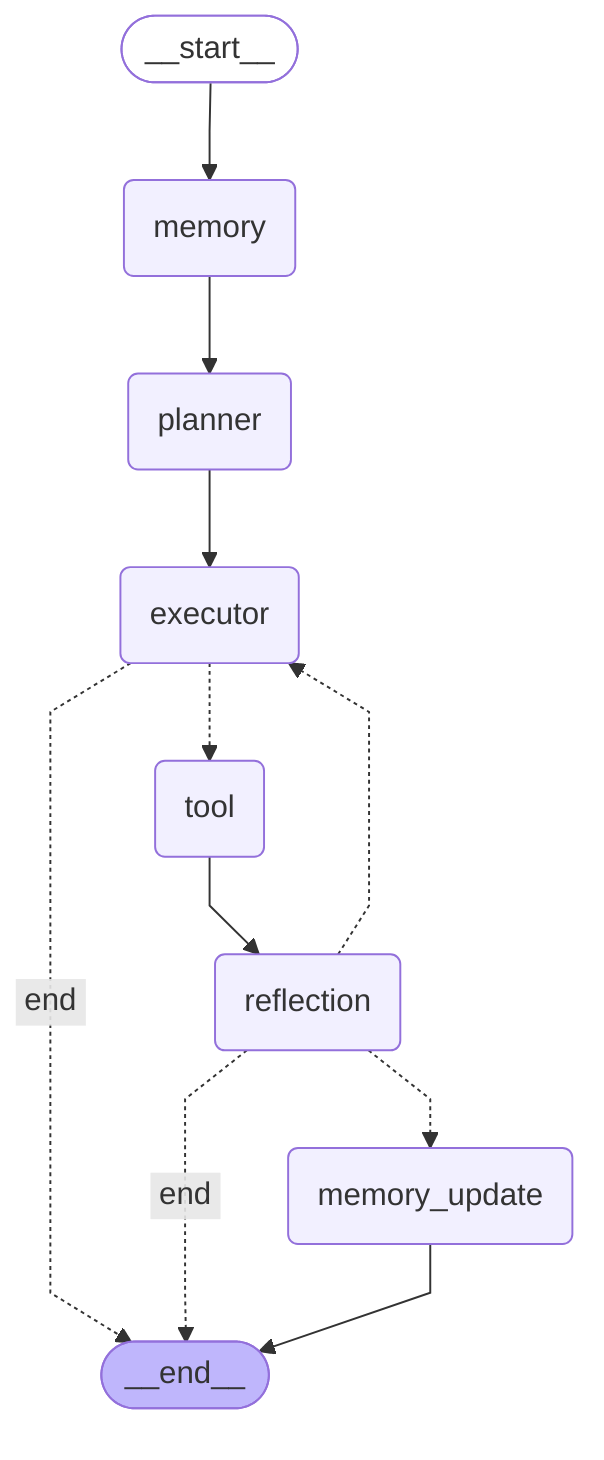
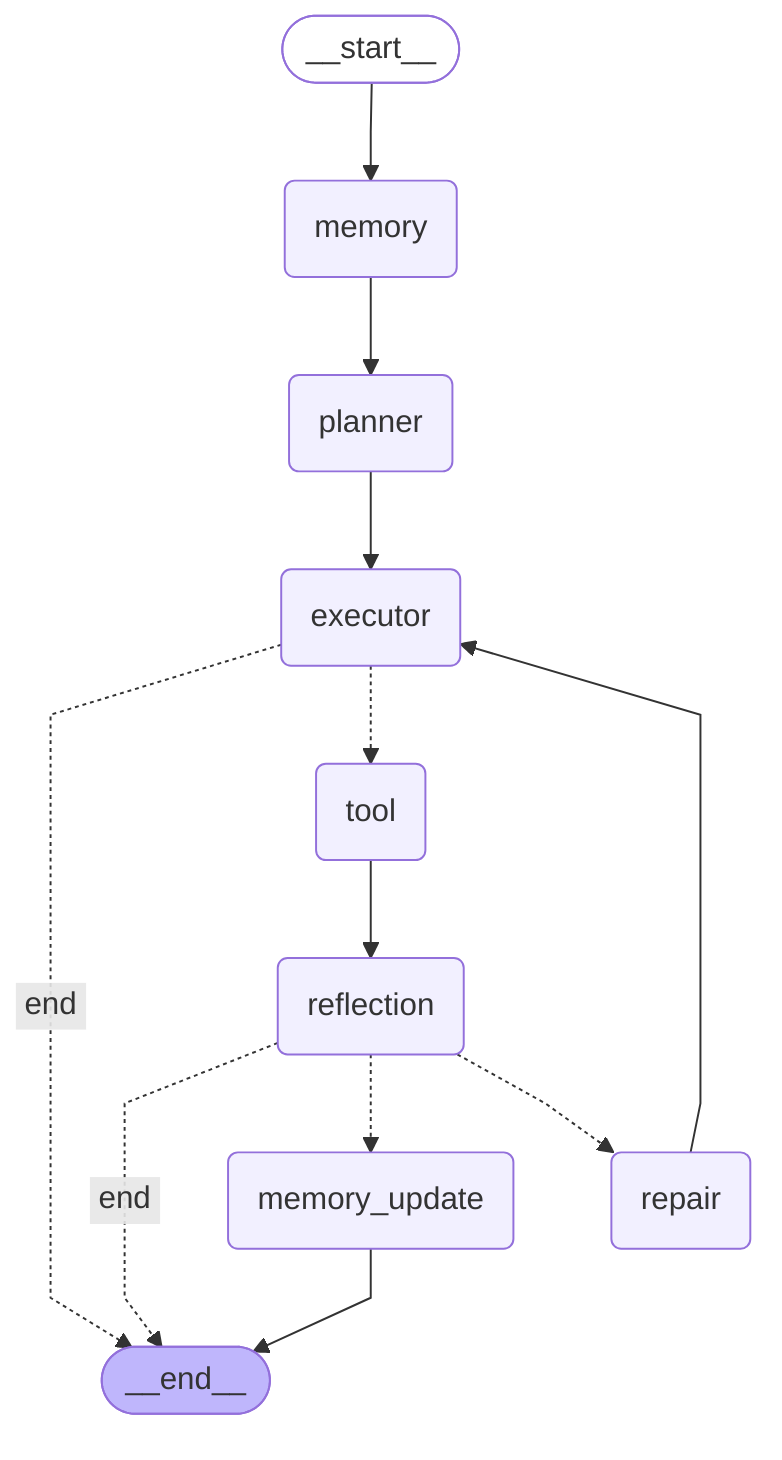
---
config:
  flowchart:
    curve: linear
---
graph TD;
	__start__([<p>__start__</p>]):::first
	planner(planner)
	executor(executor)
	tool(tool)
	reflection(reflection)
+ 	repair(repair)
	memory(memory)
	memory_update(memory_update)
	__end__([<p>__end__</p>]):::last
	__start__ --> memory;
	executor -. &nbsp;end&nbsp; .-> __end__;
	executor -.-> tool;
	memory --> planner;
	planner --> executor;
	reflection -. &nbsp;end&nbsp; .-> __end__;
- 	reflection -.-> executor;
	reflection -.-> memory_update;
+ 	reflection -.-> repair;
+ 	repair --> executor;
	tool --> reflection;
	memory_update --> __end__;
	classDef default fill:#f2f0ff,line-height:1.2
	classDef first fill-opacity:0
	classDef last fill:#bfb6fc
